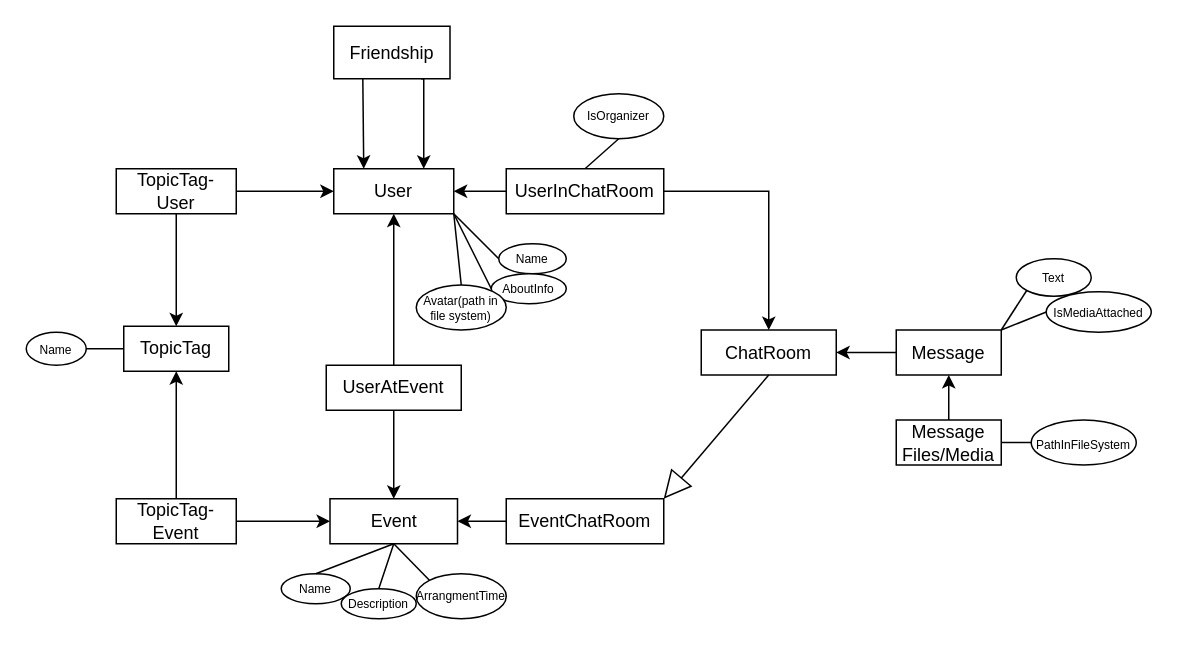
DeniesLie/SearchUp keeps this draw.io diagram as DiagramsForDevelopment/ERDiagram.drawio. Above is the earlier version. Source tidied: cells renumbered, new cells numbered last; positions are measured from the earlier drawing's top-left corner, leaving out a move shared by most shapes. Both pictures are drawn from the tidied source at 150%, with x=0, y=0 at pixel (26, 26).
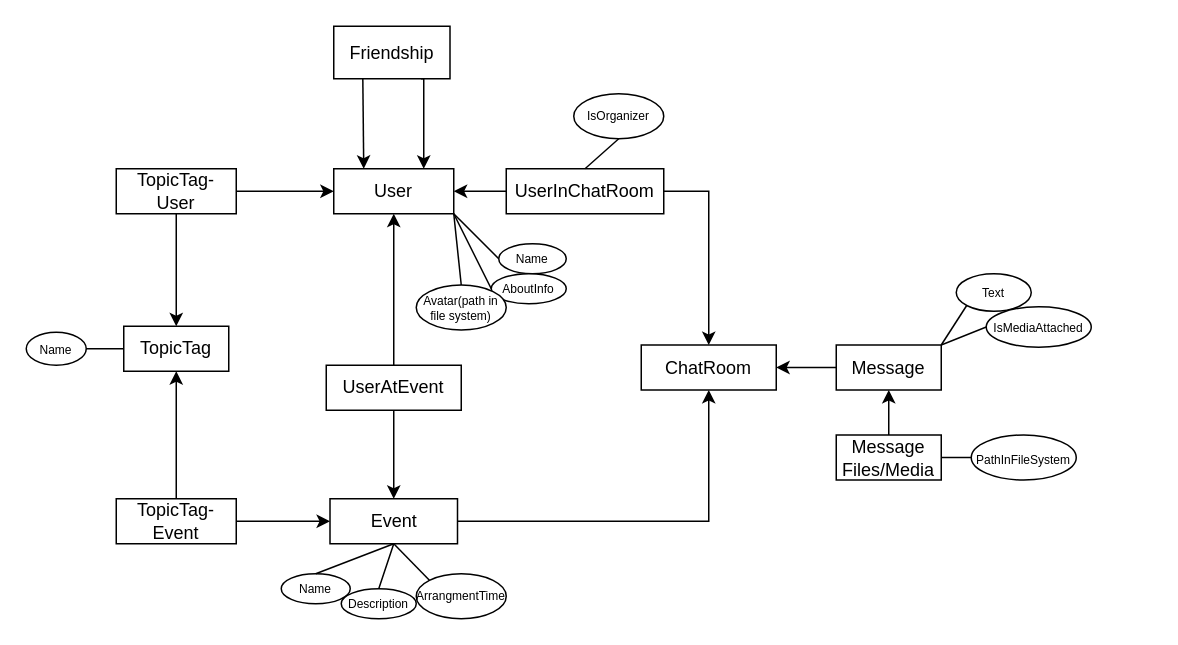
The same page after the edit.

The change refers to these unchanged cells:
```xml
<mxCell id="3" value="Event" style="rounded=0;whiteSpace=wrap;html=1;" parent="1" vertex="1">
  <mxGeometry x="202.5" y="315" width="85" height="30" as="geometry" />
</mxCell>
<mxCell id="11" value="UserInChatRoom" style="rounded=0;whiteSpace=wrap;html=1;" parent="1" vertex="1">
  <mxGeometry x="320" y="95" width="105" height="30" as="geometry" />
</mxCell>
```

Diff of the diagram source:
```diff
@@
+    <mxCell id="50" style="edgeStyle=orthogonalEdgeStyle;rounded=0;jettySize=auto;html=1;entryX=0.5;entryY=1;entryDx=0;entryDy=0;" parent="1" edge="1" source="3" target="19">
+      <mxGeometry relative="1" as="geometry" />
+    </mxCell>
@@
     <mxCell id="5" value="Message" style="rounded=0;whiteSpace=wrap;html=1;" parent="1" vertex="1">
-      <mxGeometry x="580" y="202.5" width="70" height="30" as="geometry" />
+      <mxGeometry x="540" y="212.5" width="70" height="30" as="geometry" />
     </mxCell>
@@
     <mxCell id="10" style="edgeStyle=orthogonalEdgeStyle;rounded=0;jettySize=auto;html=1;" parent="1" edge="1" source="11" target="19">
-      <mxGeometry relative="1" as="geometry" />
+      <mxGeometry relative="1" as="geometry">
+        <Array as="points">
+          <mxPoint x="455" y="110" />
+        </Array>
+      </mxGeometry>
     </mxCell>
@@
     <mxCell id="19" value="ChatRoom" style="rounded=0;whiteSpace=wrap;html=1;" parent="1" vertex="1">
-      <mxGeometry x="450" y="202.5" width="90" height="30" as="geometry" />
+      <mxGeometry x="410" y="212.5" width="90" height="30" as="geometry" />
     </mxCell>
-    <mxCell id="20" style="edgeStyle=orthogonalEdgeStyle;rounded=0;jettySize=auto;html=1;entryX=1;entryY=0.5;entryDx=0;entryDy=0;" parent="1" edge="1" source="21" target="3">
-      <mxGeometry relative="1" as="geometry" />
-    </mxCell>
-    <mxCell id="21" value="EventChatRoom" style="rounded=0;whiteSpace=wrap;html=1;" parent="1" vertex="1">
-      <mxGeometry x="320" y="315" width="105" height="30" as="geometry" />
-    </mxCell>
-    <mxCell id="22" style="endArrow=block;endSize=16;endFill=0;html=1;rounded=0;exitX=0.5;exitY=1;exitDx=0;exitDy=0;entryX=1;entryY=0;entryDx=0;entryDy=0;" parent="1" edge="1" source="19" target="21">
-      <mxGeometry relative="1" as="geometry" />
-    </mxCell>
@@
     <mxCell id="24" value="Message&lt;br&gt;Files/Media" style="rounded=0;whiteSpace=wrap;html=1;" parent="1" vertex="1">
-      <mxGeometry x="580" y="262.5" width="70" height="30" as="geometry" />
+      <mxGeometry x="540" y="272.5" width="70" height="30" as="geometry" />
     </mxCell>
     <mxCell id="25" value="&lt;font style=&quot;font-size: 8px&quot;&gt;PathInFileSystem&lt;/font&gt;" style="ellipse;whiteSpace=wrap;html=1;" parent="1" vertex="1">
-      <mxGeometry x="670" y="262.5" width="70" height="30" as="geometry" />
+      <mxGeometry x="630" y="272.5" width="70" height="30" as="geometry" />
     </mxCell>
     <mxCell id="26" value="Text" style="ellipse;whiteSpace=wrap;html=1;fontSize=8;" parent="1" vertex="1">
-      <mxGeometry x="660" y="155" width="50" height="25" as="geometry" />
+      <mxGeometry x="620" y="165" width="50" height="25" as="geometry" />
     </mxCell>
@@
     <mxCell id="46" value="IsMediaAttached" style="ellipse;whiteSpace=wrap;html=1;fontSize=8;" parent="1" vertex="1">
-      <mxGeometry x="680" y="177" width="70" height="27" as="geometry" />
+      <mxGeometry x="640" y="187" width="70" height="27" as="geometry" />
     </mxCell>
```
